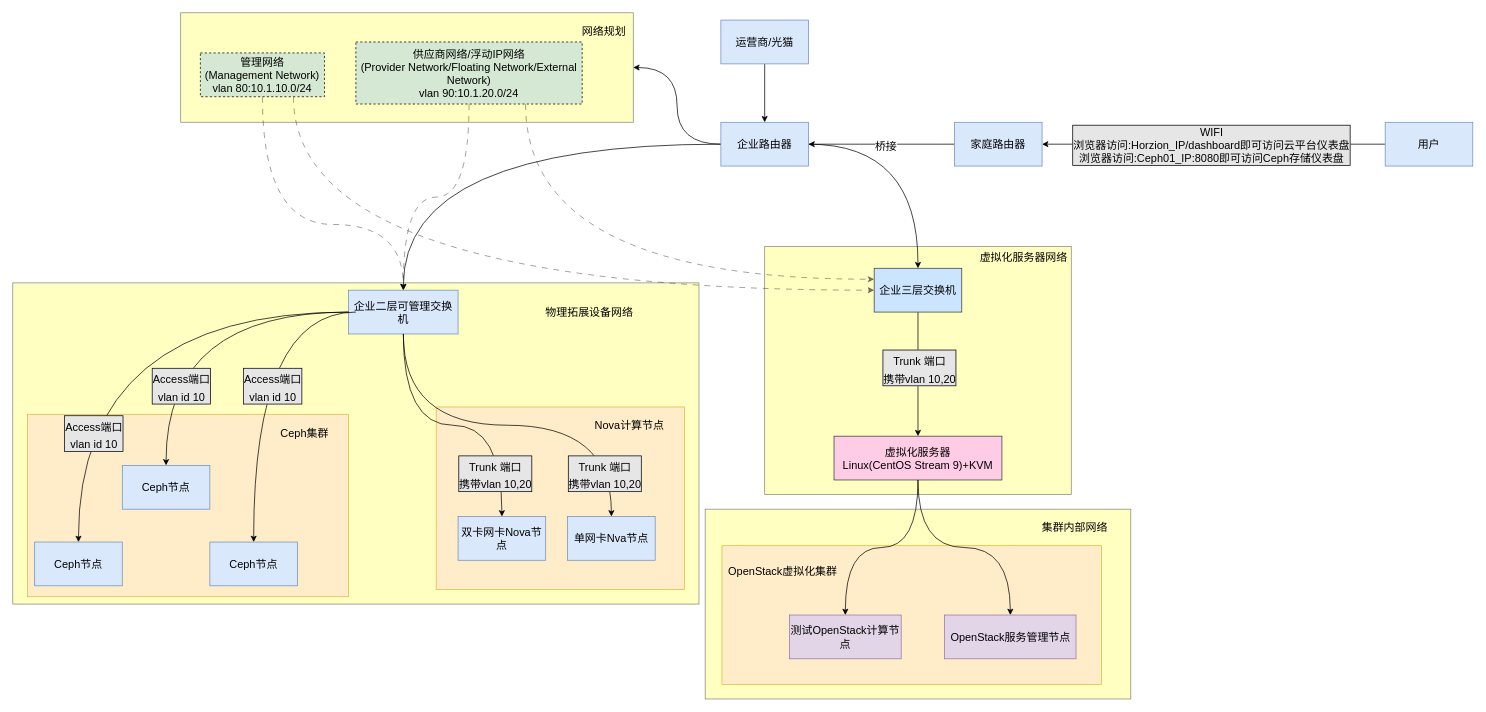
The draw.io diagram 论文设备拓扑.drawio in lrAltas/DrwaIO, before the edit. Source tidied: cells renumbered, new cells numbered last; positions are measured from the earlier drawing's top-left corner, leaving out a move shared by most shapes. Both pictures are drawn from the tidied source at 73%, with x=0, y=0 at pixel (12, 12).
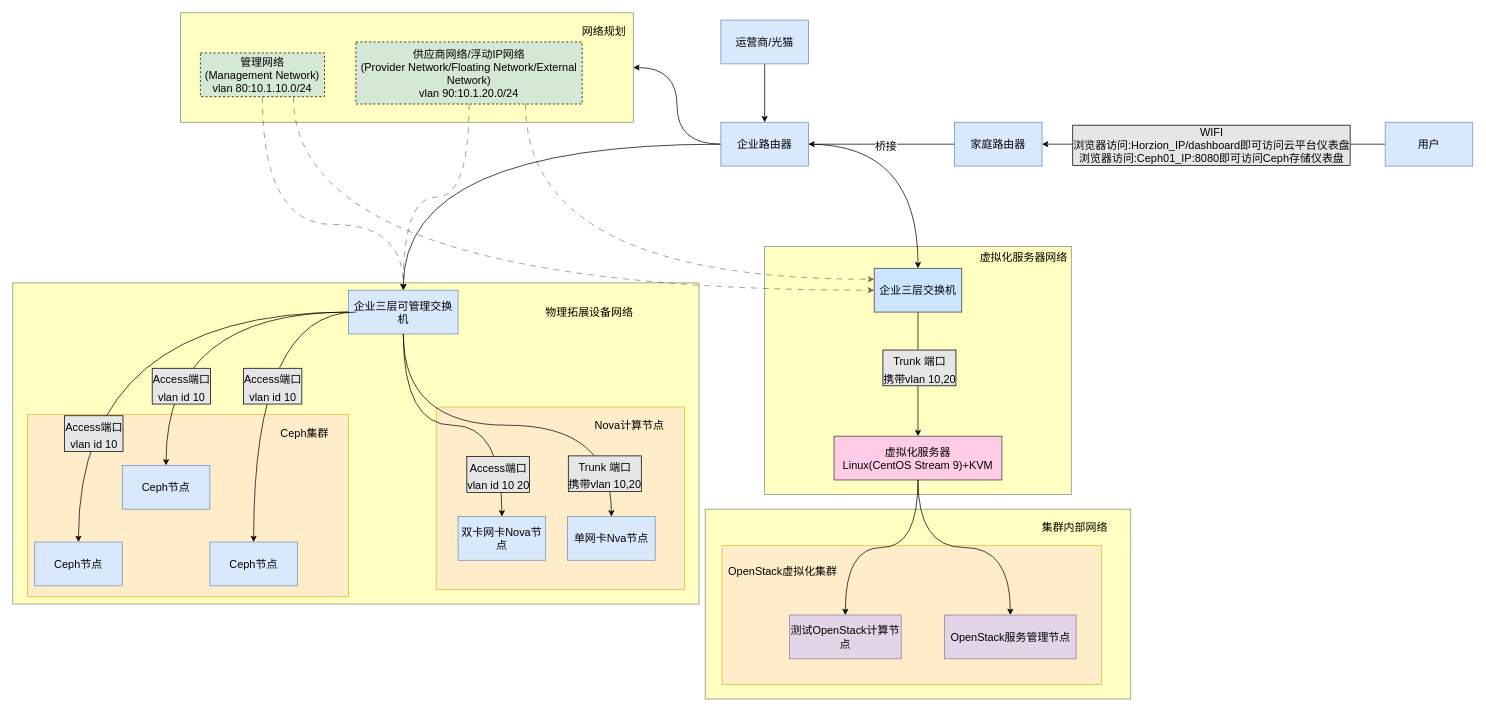
Above is the later version.

Commit message:
更新论文设备拓扑.drawio

Change to the diagram source:
```diff
@@
-    <mxCell id="19" value="企业二层可管理交换机" style="whiteSpace=wrap;html=1;rounded=0;fillColor=#dae8fc;strokeColor=#6c8ebf;fontSize=15;fontFamily=Helvetica;" parent="1" vertex="1">
+    <mxCell id="19" value="企业三层可管理交换机" style="whiteSpace=wrap;html=1;rounded=0;fillColor=#dae8fc;strokeColor=#6c8ebf;fontSize=15;fontFamily=Helvetica;" parent="1" vertex="1">
       <mxGeometry x="460" y="380" width="150" height="60" as="geometry" />
     </mxCell>
@@
-    <mxCell id="42" value="&lt;div style=&quot;line-height: 200%;&quot;&gt;Trunk 端口&lt;/div&gt;&lt;div&gt;携带vlan 10,20&lt;/div&gt;" style="edgeLabel;html=1;align=center;verticalAlign=middle;arcSize=12;noLabel=0;fixedWidth=0;fontSize=15;spacing=2;labelBorderColor=default;labelPadding=0;textShadow=0;fontFamily=Helvetica;labelBackgroundColor=#E6E6E6;" parent="1" vertex="1">
-      <mxGeometry x="660" y="630" as="geometry" />
+    <mxCell id="42" value="&lt;div style=&quot;line-height: 200%;&quot;&gt;Access端口&lt;/div&gt;&lt;div&gt;vlan id 10 20&lt;/div&gt;" style="edgeLabel;html=1;align=center;verticalAlign=middle;arcSize=12;noLabel=0;fixedWidth=0;fontSize=15;spacing=2;labelBorderColor=default;labelPadding=0;textShadow=0;fontFamily=Helvetica;labelBackgroundColor=#E6E6E6;" parent="1" vertex="1">
+      <mxGeometry x="660" y="630" as="geometry">
+        <mxPoint x="4" y="1" as="offset" />
+      </mxGeometry>
     </mxCell>
```
